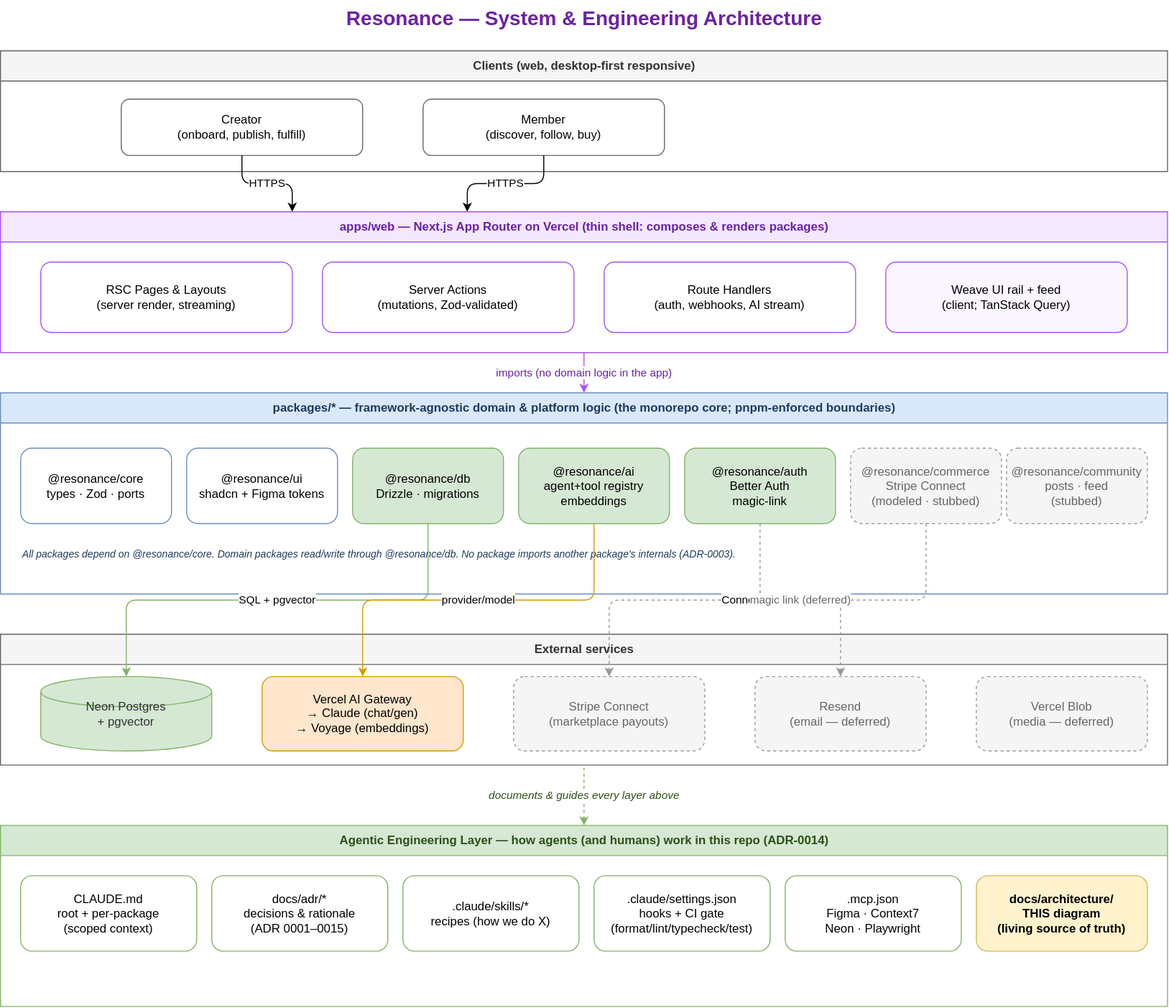
Above: docs/architecture/resonance-architecture.svg in jwhector/resonance (draw.io), before the change. Source tidied: cells renumbered, new cells last; positions are measured from the earlier drawing's top-left corner, leaving out a move shared by most shapes.
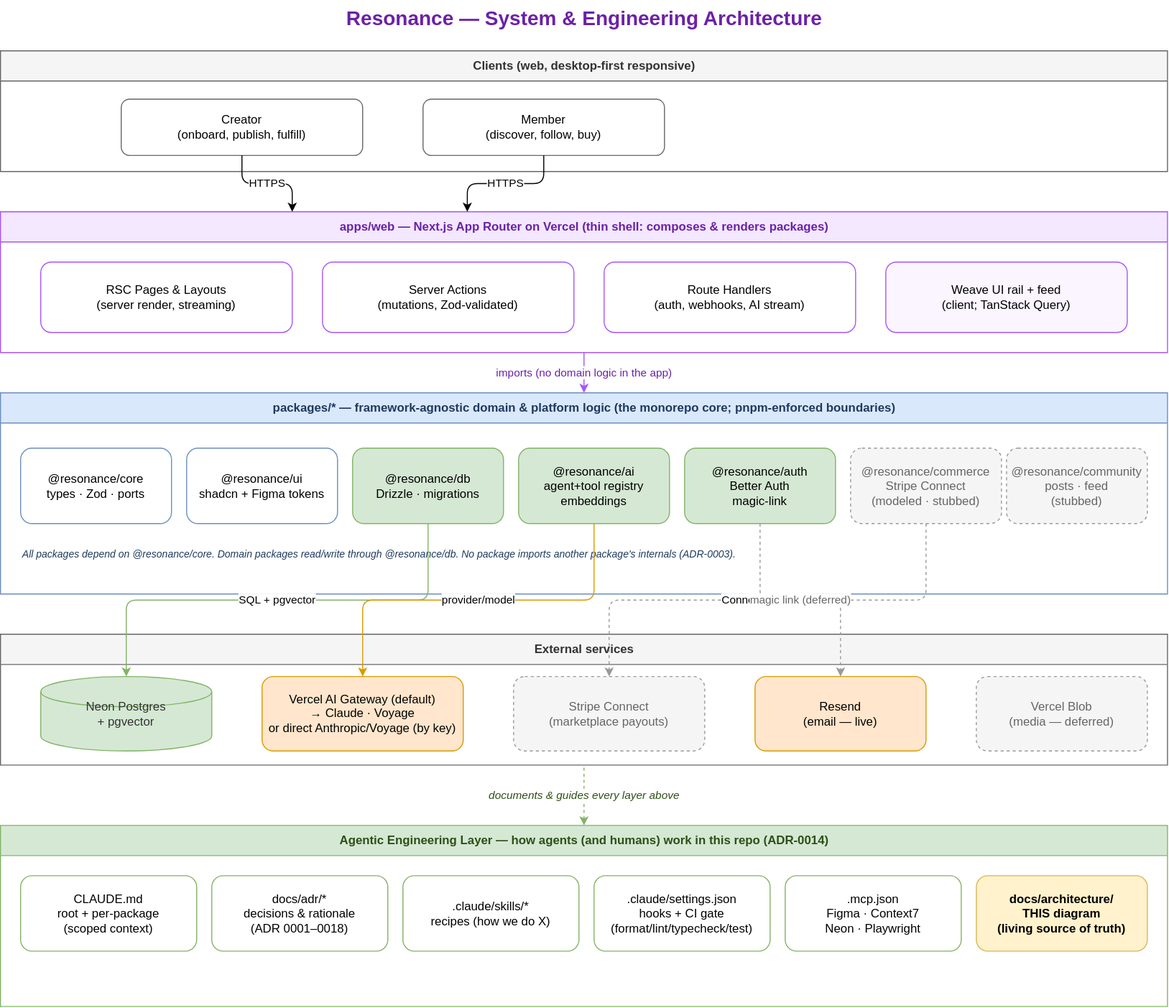
After the commit.

Commit message:
docs(adr-0018): sync auth/web CLAUDE.md + architecture diagram to live-by-default (0345)

What changed in the source:
```diff
@@ -62,13 +62,13 @@
     <mxCell id="21" value="Neon Postgres&#10;+ pgvector" style="shape=cylinder3;whiteSpace=wrap;html=1;fillColor=#d5e8d4;strokeColor=#82b366;fontColor=#333333;" parent="20" vertex="1">
       <mxGeometry x="40" y="42" width="170" height="74" as="geometry" />
     </mxCell>
-    <mxCell id="22" value="Vercel AI Gateway&#10;→ Claude (chat/gen)&#10;→ Voyage (embeddings)" style="rounded=1;whiteSpace=wrap;html=1;fillColor=#ffe6cc;strokeColor=#d79b00;" parent="20" vertex="1">
+    <mxCell id="22" value="Vercel AI Gateway (default)&#10;→ Claude · Voyage&#10;or direct Anthropic/Voyage (by key)" style="rounded=1;whiteSpace=wrap;html=1;fillColor=#ffe6cc;strokeColor=#d79b00;" parent="20" vertex="1">
       <mxGeometry x="260" y="42" width="200" height="74" as="geometry" />
     </mxCell>
     <mxCell id="23" value="Stripe Connect&#10;(marketplace payouts)" style="rounded=1;whiteSpace=wrap;html=1;fillColor=#f5f5f5;strokeColor=#999999;dashed=1;fontColor=#666666;" parent="20" vertex="1">
       <mxGeometry x="510" y="42" width="190" height="74" as="geometry" />
     </mxCell>
-    <mxCell id="24" value="Resend&#10;(email — deferred)" style="rounded=1;whiteSpace=wrap;html=1;fillColor=#f5f5f5;strokeColor=#999999;dashed=1;fontColor=#666666;" parent="20" vertex="1">
+    <mxCell id="24" value="Resend&#10;(email — live)" style="rounded=1;whiteSpace=wrap;html=1;fillColor=#ffe6cc;strokeColor=#d79b00;" parent="20" vertex="1">
       <mxGeometry x="750" y="42" width="170" height="74" as="geometry" />
     </mxCell>
     <mxCell id="25" value="Vercel Blob&#10;(media — deferred)" style="rounded=1;whiteSpace=wrap;html=1;fillColor=#f5f5f5;strokeColor=#999999;dashed=1;fontColor=#666666;" parent="20" vertex="1">
@@ -80,7 +80,7 @@
     <mxCell id="27" value="CLAUDE.md&#10;root + per-package&#10;(scoped context)" style="rounded=1;whiteSpace=wrap;html=1;fillColor=#ffffff;strokeColor=#82b366;" parent="26" vertex="1">
       <mxGeometry x="20" y="50" width="175" height="75" as="geometry" />
     </mxCell>
-    <mxCell id="28" value="docs/adr/*&#10;decisions &amp; rationale&#10;(ADR 0001–0015)" style="rounded=1;whiteSpace=wrap;html=1;fillColor=#ffffff;strokeColor=#82b366;" parent="26" vertex="1">
+    <mxCell id="28" value="docs/adr/*&#10;decisions &amp; rationale&#10;(ADR 0001–0018)" style="rounded=1;whiteSpace=wrap;html=1;fillColor=#ffffff;strokeColor=#82b366;" parent="26" vertex="1">
       <mxGeometry x="210" y="50" width="175" height="75" as="geometry" />
     </mxCell>
     <mxCell id="29" value=".claude/skills/*&#10;recipes (how we do X)" style="rounded=1;whiteSpace=wrap;html=1;fillColor=#ffffff;strokeColor=#82b366;" parent="26" vertex="1">
```
